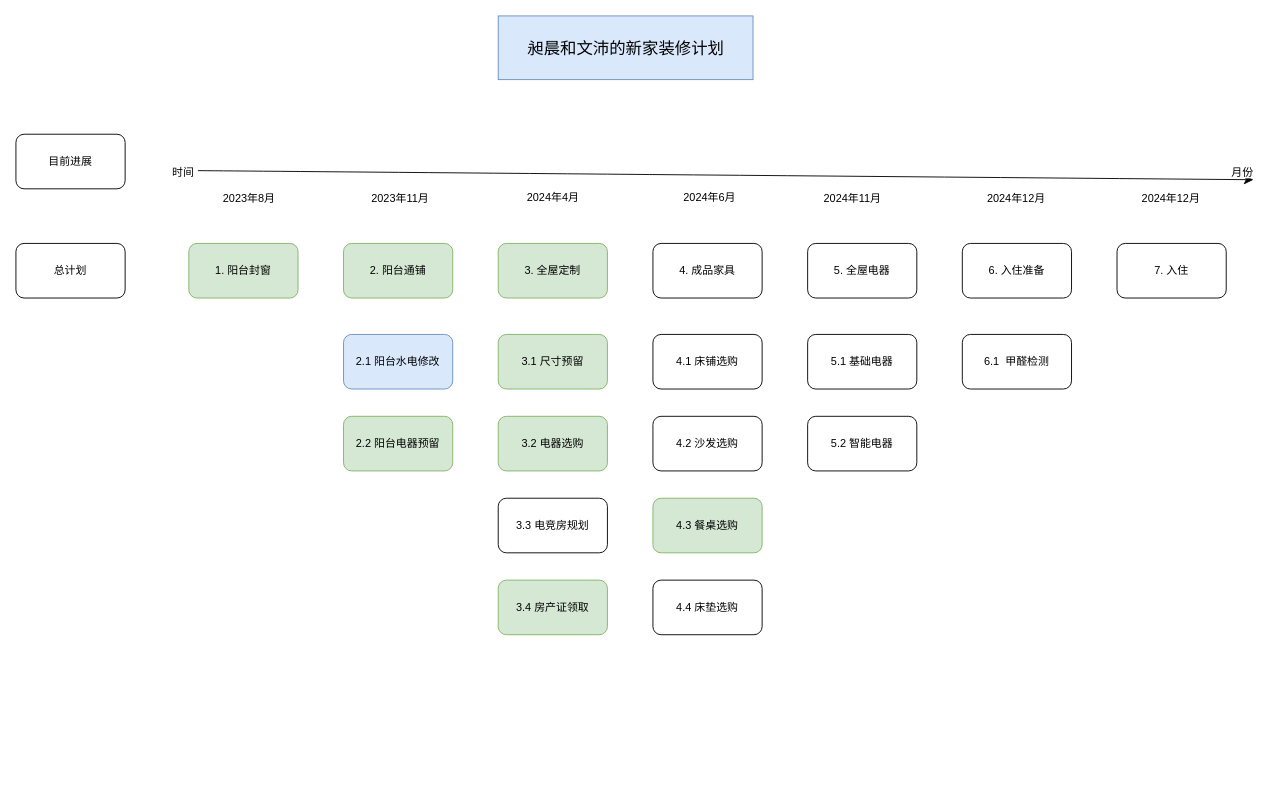
Before: page "总规划" (1 of 3) of newHome.drawio in liuminjit/Diary, a draw.io diagram. Source tidied: cells renumbered, new cells numbered last; positions are measured from the earlier drawing's top-left corner, leaving out a move shared by most shapes. Both pictures are drawn from the tidied source at 91%, with x=0, y=0 at pixel (15, 15).
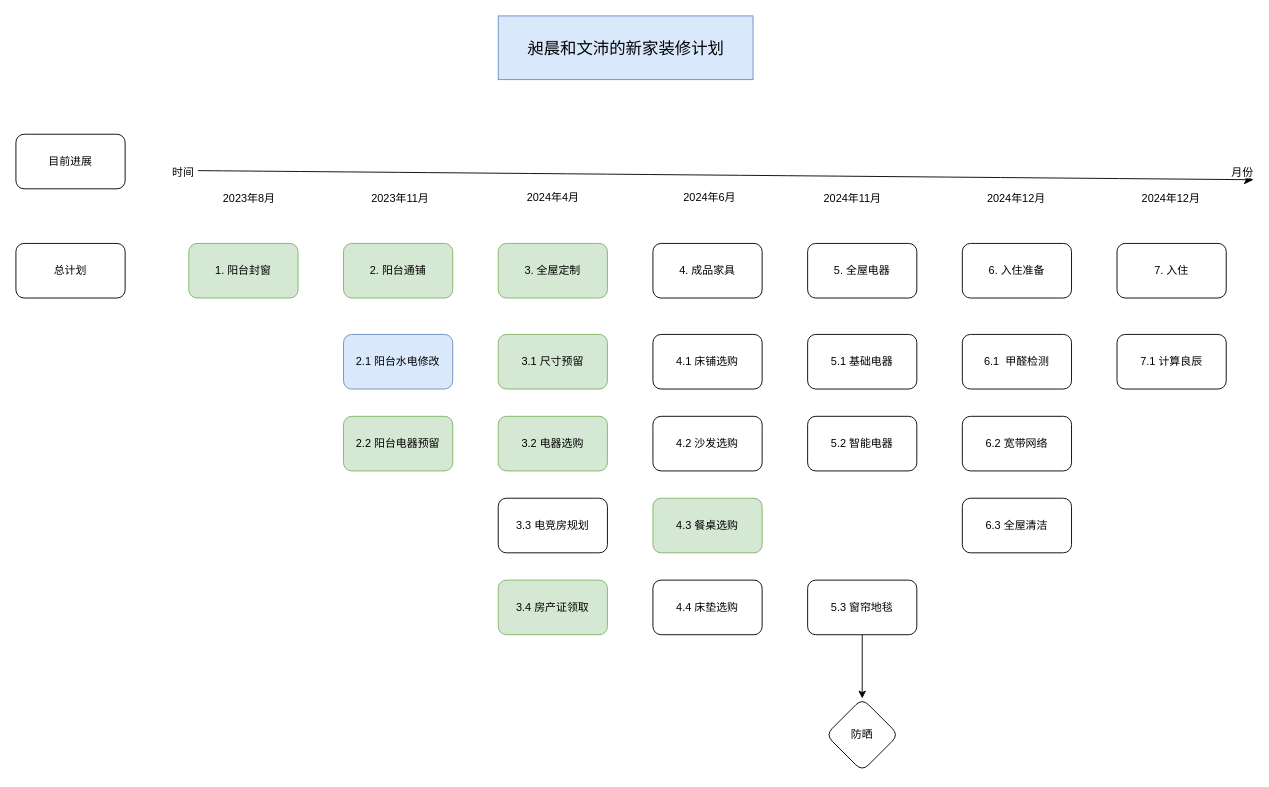
After the change.

Commit message:
总规划更新.drawio

The edit, as a diff of the source:
```diff
@@
+    <mxCell id="35" style="edgeStyle=orthogonalEdgeStyle;rounded=0;jettySize=auto;html=1;" parent="1" edge="1" source="36" target="37">
+      <mxGeometry relative="1" as="geometry" />
+    </mxCell>
+    <mxCell id="36" value="5.3 窗帘地毯" style="rounded=1;whiteSpace=wrap;html=1;" parent="1" vertex="1">
+      <mxGeometry x="870" y="620" width="120" height="60" as="geometry" />
+    </mxCell>
+    <mxCell id="37" value="防晒" style="rhombus;whiteSpace=wrap;html=1;rounded=1;" parent="1" vertex="1">
+      <mxGeometry x="890" y="750" width="80" height="80" as="geometry" />
+    </mxCell>
+    <mxCell id="38" value="6.2 宽带网络" style="rounded=1;whiteSpace=wrap;html=1;" parent="1" vertex="1">
+      <mxGeometry x="1040" y="440" width="120" height="60" as="geometry" />
+    </mxCell>
+    <mxCell id="39" value="7.1 计算良辰" style="rounded=1;whiteSpace=wrap;html=1;" parent="1" vertex="1">
+      <mxGeometry x="1210" y="350" width="120" height="60" as="geometry" />
+    </mxCell>
+    <mxCell id="40" value="6.3 全屋清洁" style="rounded=1;whiteSpace=wrap;html=1;" parent="1" vertex="1">
+      <mxGeometry x="1040" y="530" width="120" height="60" as="geometry" />
+    </mxCell>
```
